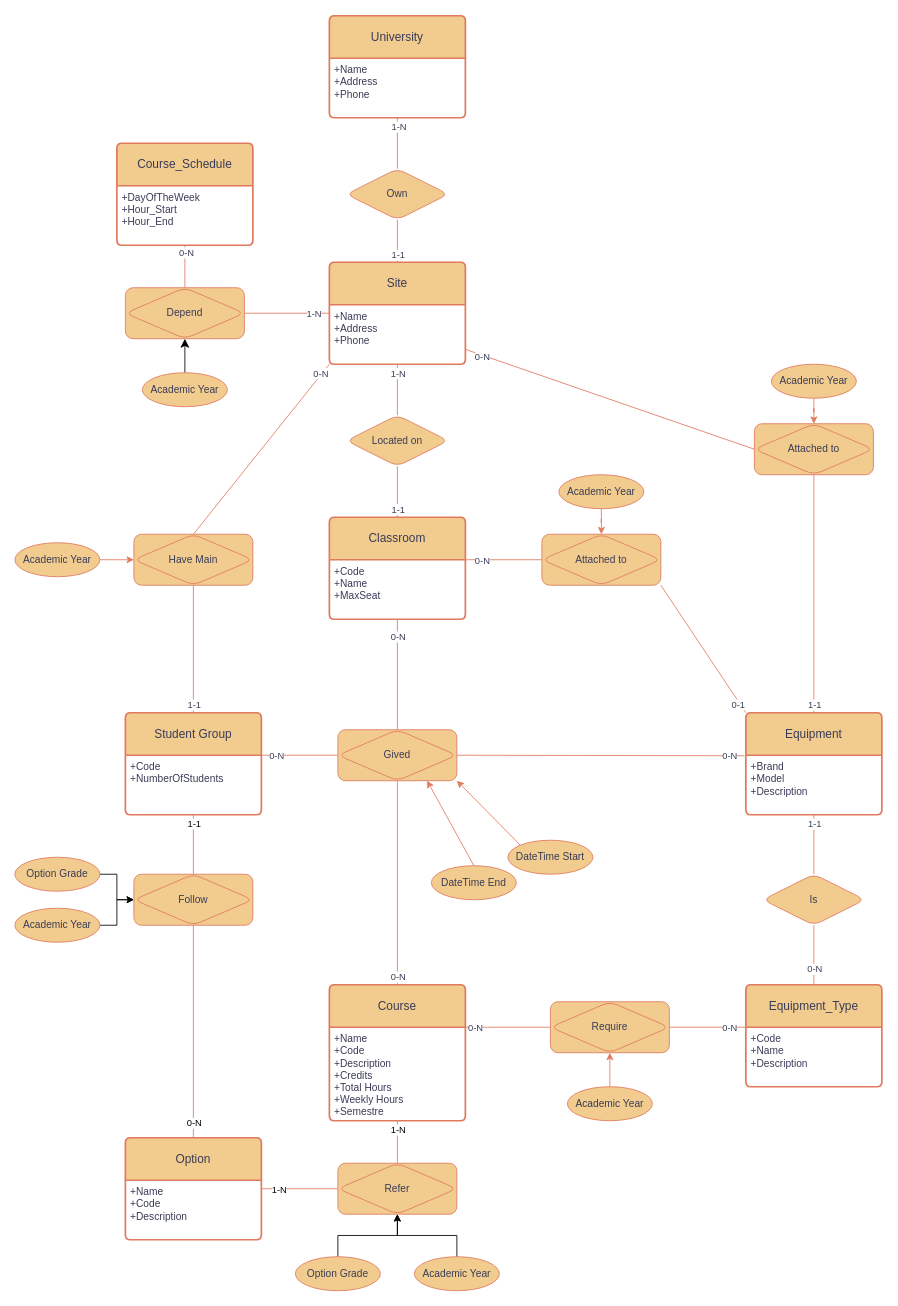
The draw.io diagram EA_Diagram.drawio in fratjo/Calempus360, before the edit. Source tidied: cells renumbered, new cells numbered last; positions are measured from the earlier drawing's top-left corner, leaving out a move shared by most shapes. Both pictures are drawn from the tidied source at 85%, with x=0, y=0 at pixel (14, 15).
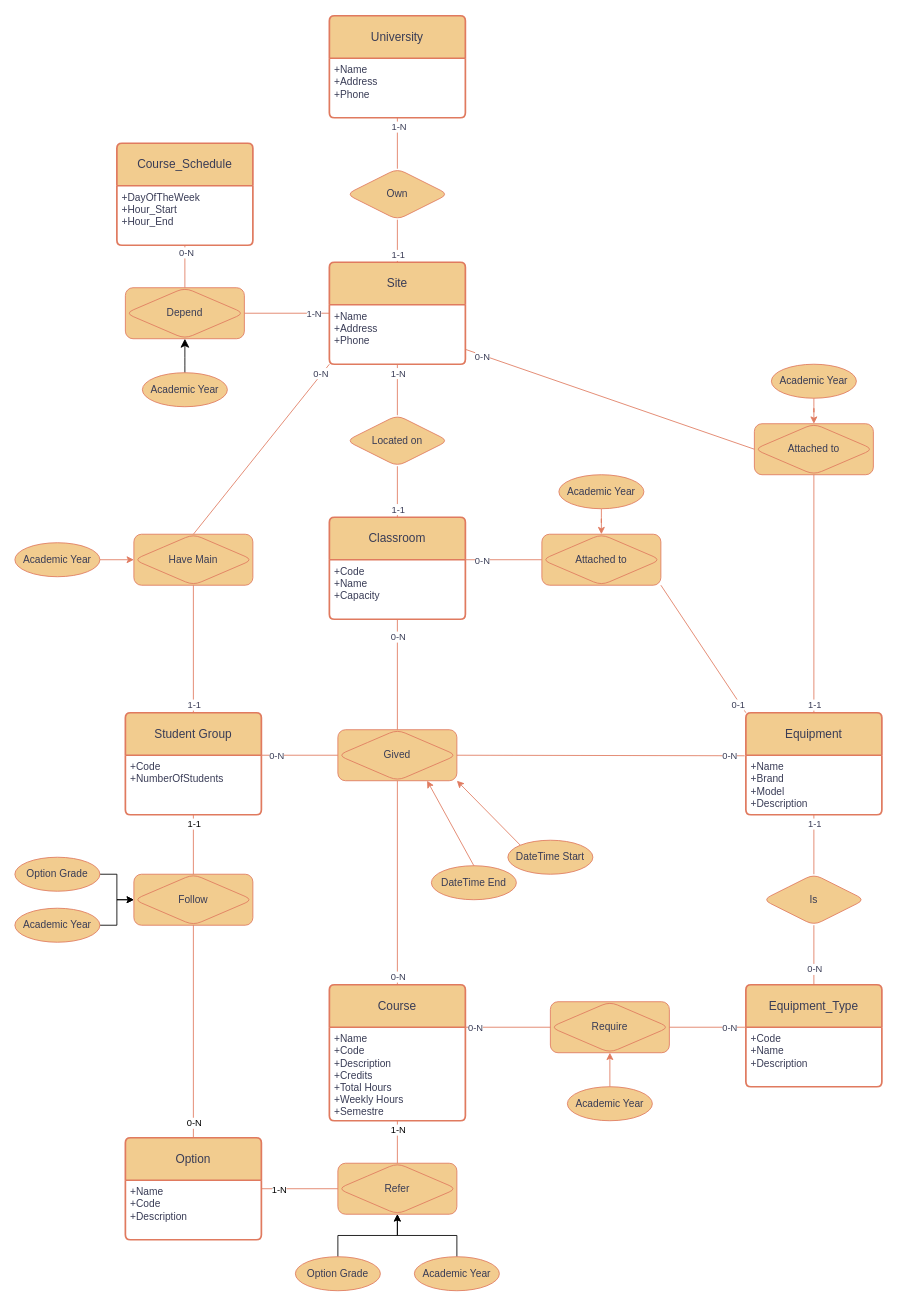
The same page after the edit.

Unchanged cells that the change refers to:
```xml
<mxCell id="7" value="Classroom" style="swimlane;horizontal=1;startSize=50;rounded=1;fontSize=14;fontStyle=0;strokeWidth=2;shadow=0;dashed=0;align=center;arcSize=4;whiteSpace=wrap;html=1;labelBackgroundColor=none;fillColor=#F2CC8F;strokeColor=#E07A5F;fontColor=#393C56;" parent="1" vertex="1">
  <mxGeometry x="370" y="590" width="160" height="120" as="geometry" />
</mxCell>
<mxCell id="11" value="Equipment" style="swimlane;horizontal=1;startSize=50;rounded=1;fontSize=14;fontStyle=0;strokeWidth=2;shadow=0;dashed=0;align=center;arcSize=4;whiteSpace=wrap;html=1;labelBackgroundColor=none;fillColor=#F2CC8F;strokeColor=#E07A5F;fontColor=#393C56;" parent="1" vertex="1">
  <mxGeometry x="860" y="820" width="160" height="120" as="geometry" />
</mxCell>
```

What changed in the source:
```diff
@@
-    <mxCell id="8" value="&lt;div&gt;+Code&lt;/div&gt;+Name&lt;br&gt;+MaxSeat" style="align=left;strokeColor=none;fillColor=none;spacingLeft=4;fontSize=12;verticalAlign=top;html=1;labelBackgroundColor=none;fontColor=#393C56;rounded=1;" parent="7" vertex="1">
+    <mxCell id="8" value="&lt;div&gt;+Code&lt;/div&gt;+Name&lt;br&gt;+Capacity" style="align=left;strokeColor=none;fillColor=none;spacingLeft=4;fontSize=12;verticalAlign=top;html=1;labelBackgroundColor=none;fontColor=#393C56;rounded=1;" parent="7" vertex="1">
       <mxGeometry y="50" width="160" height="70" as="geometry" />
     </mxCell>
@@
-    <mxCell id="12" value="+Brand&lt;br&gt;+Model&lt;br&gt;+Description" style="align=left;strokeColor=none;fillColor=none;spacingLeft=4;fontSize=12;verticalAlign=top;html=1;labelBackgroundColor=none;fontColor=#393C56;rounded=1;" parent="11" vertex="1">
+    <mxCell id="12" value="&lt;div&gt;+Name&lt;/div&gt;+Brand&lt;br&gt;+Model&lt;br&gt;+Description" style="align=left;strokeColor=none;fillColor=none;spacingLeft=4;fontSize=12;verticalAlign=top;html=1;labelBackgroundColor=none;fontColor=#393C56;rounded=1;" parent="11" vertex="1">
       <mxGeometry y="50" width="160" height="70" as="geometry" />
     </mxCell>
```
